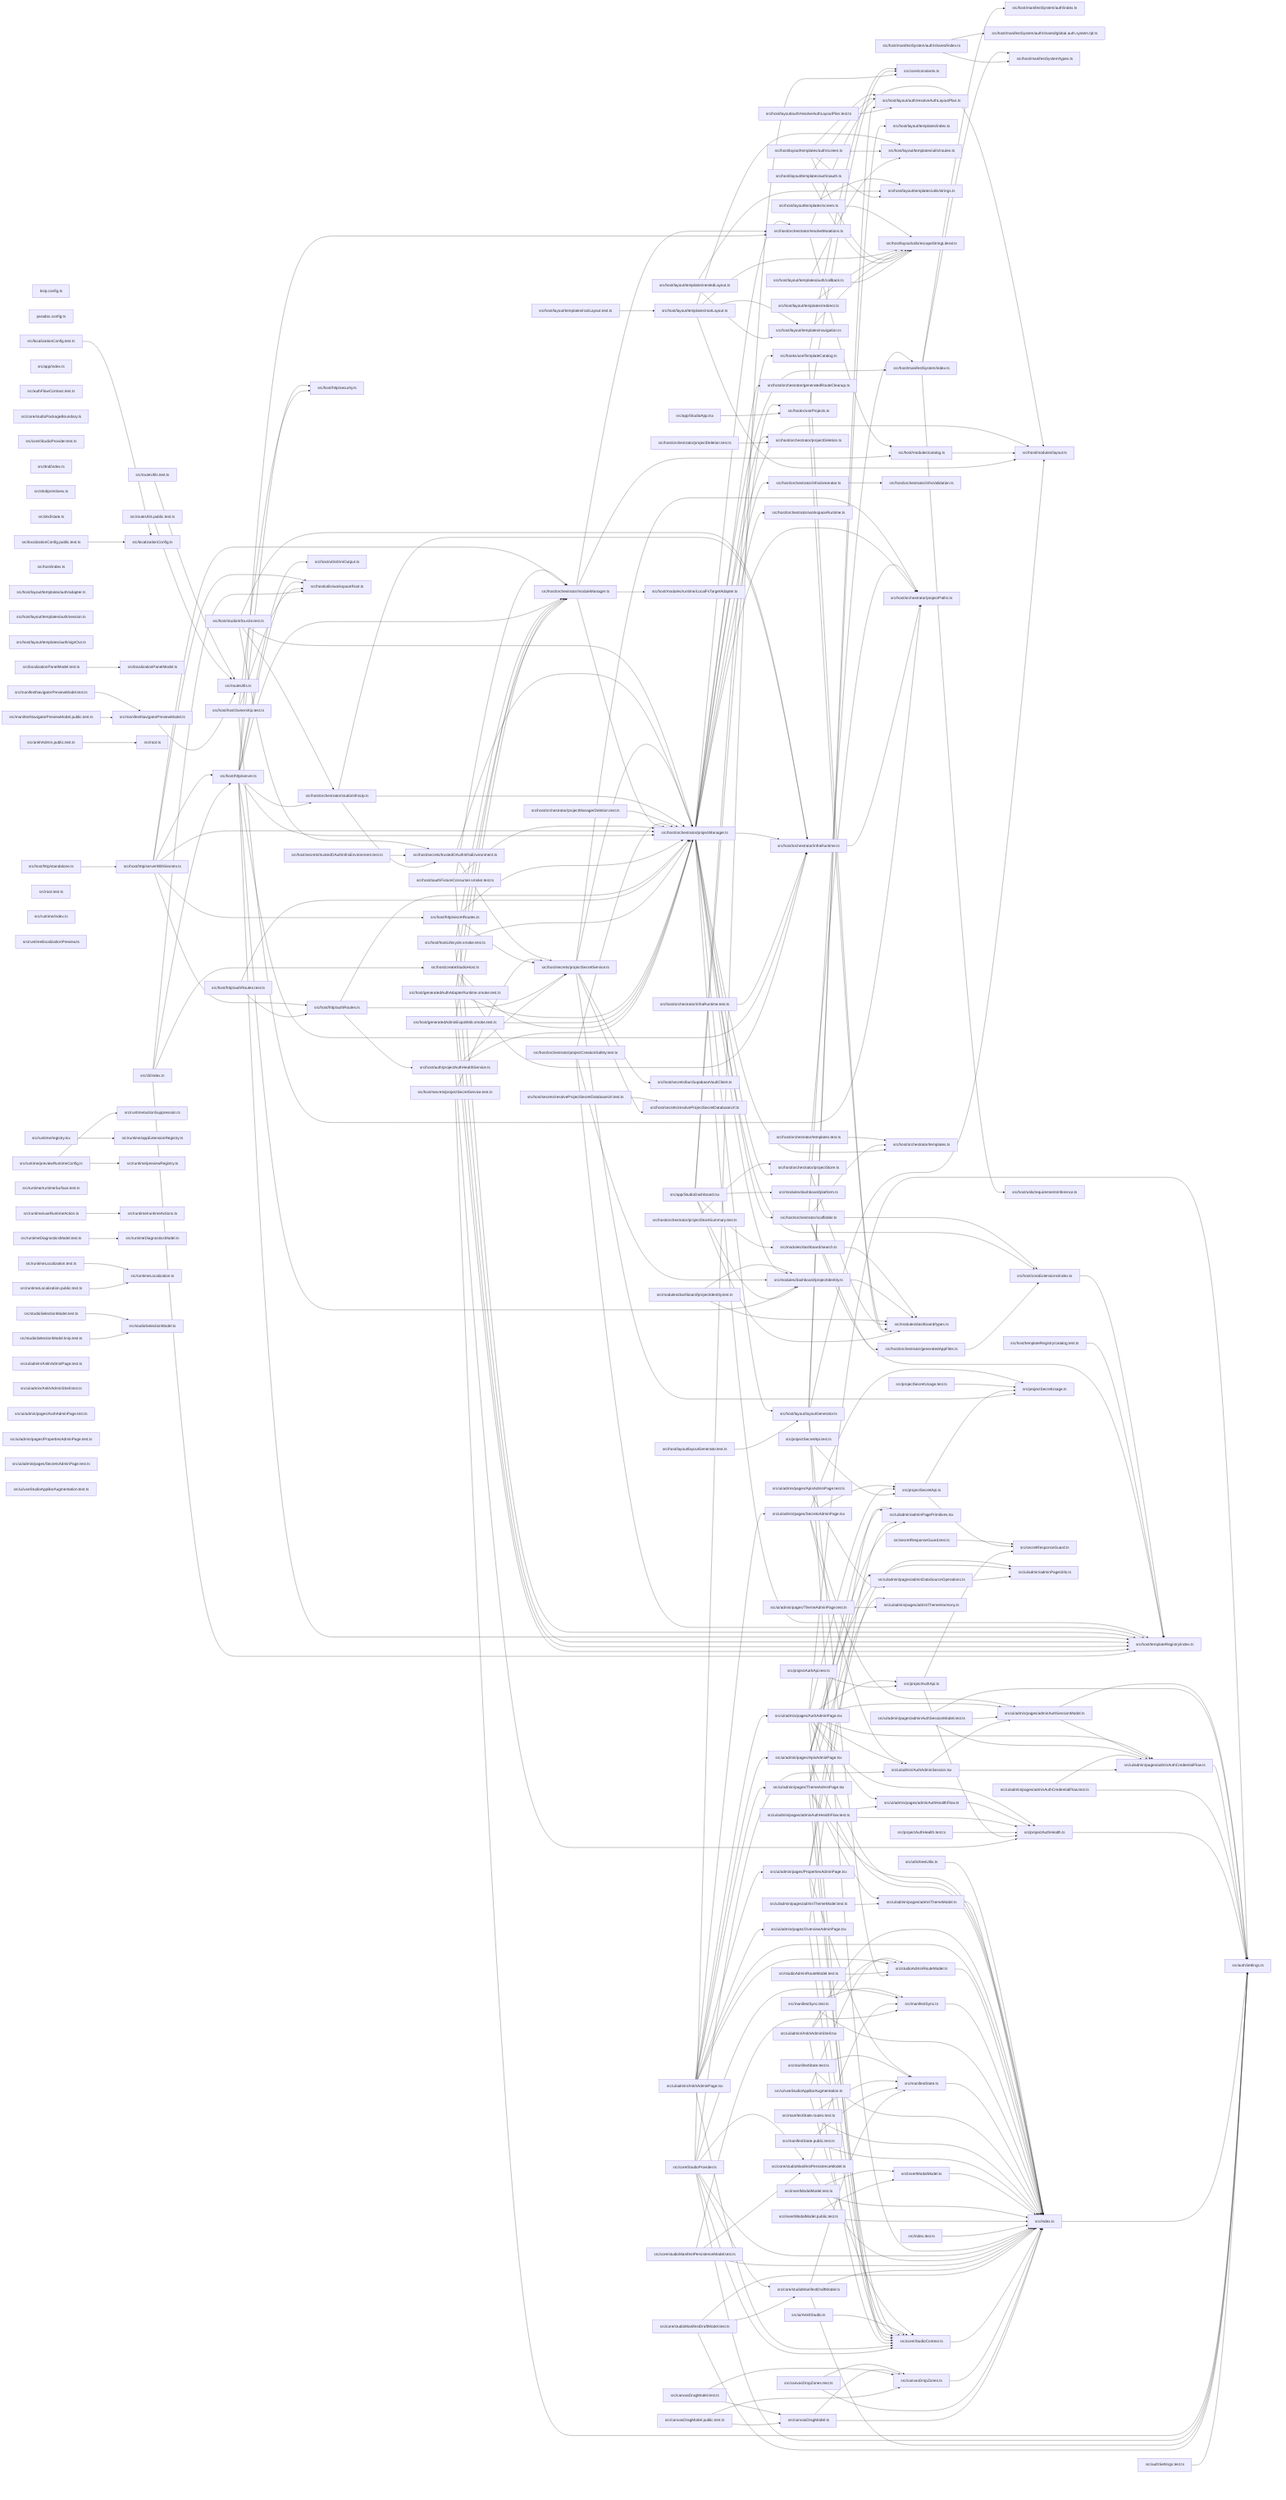
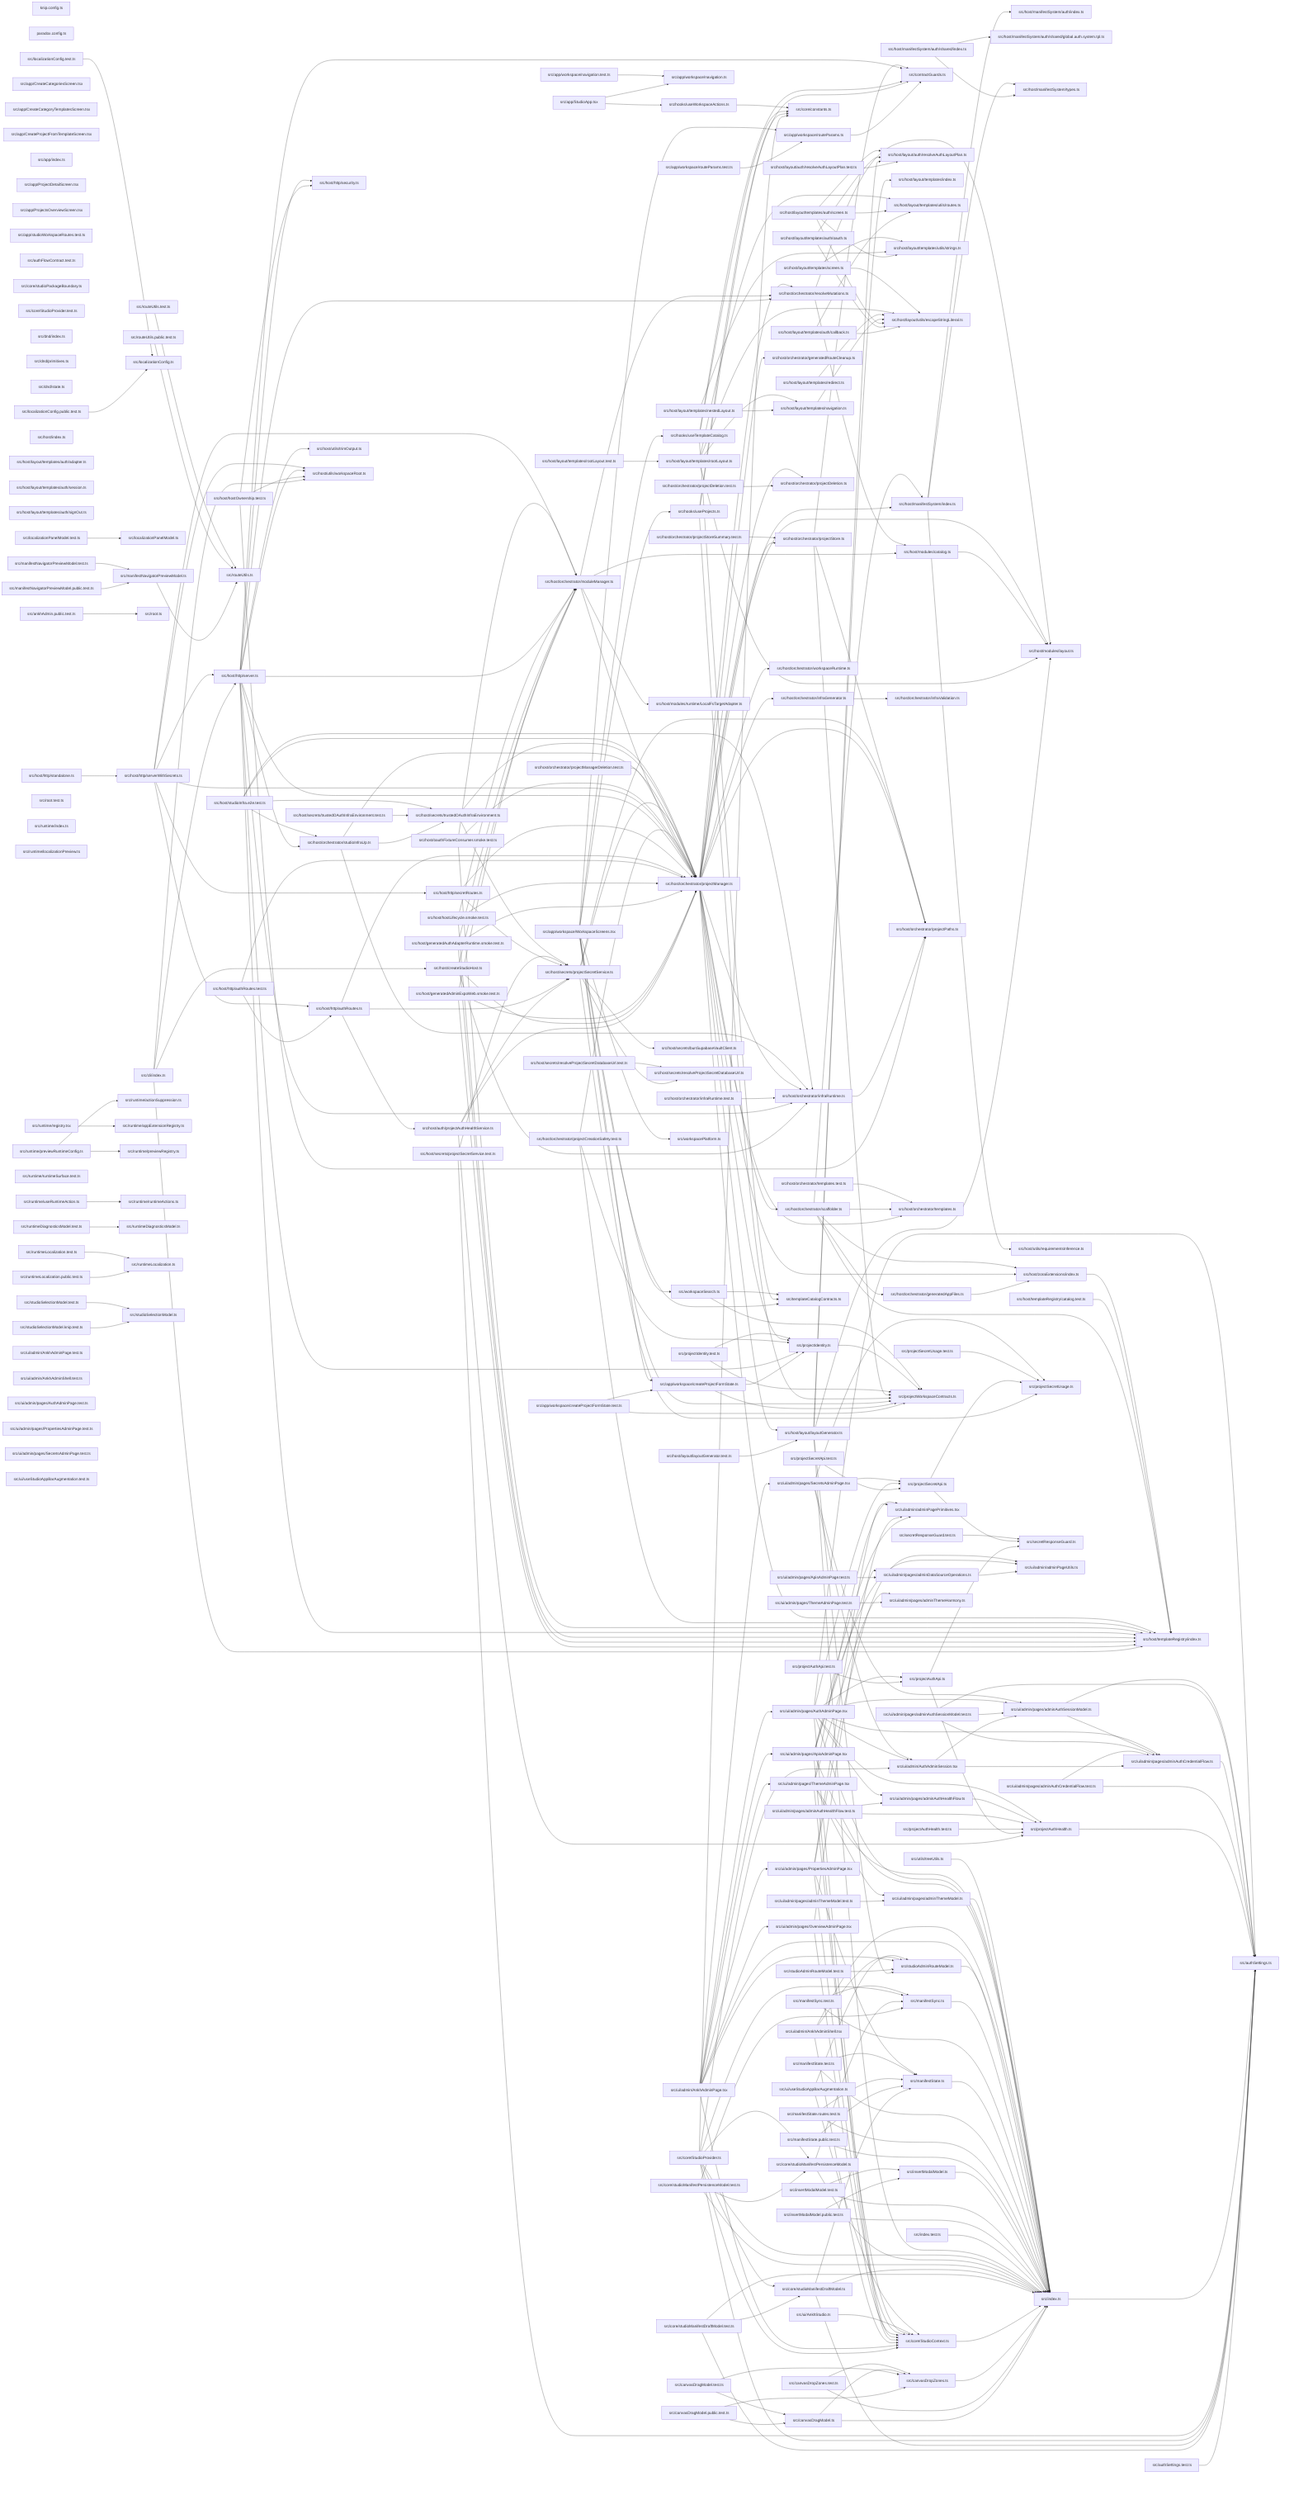
graph LR
  module_knip_config_ts["knip.config.ts"]
  module_paradox_config_ts["paradox.config.ts"]
  module_src_ankhAdmin_public_test_ts["src/ankhAdmin.public.test.ts"]
+   module_src_app_CreateCategoriesScreen_tsx["src/app/CreateCategoriesScreen.tsx"]
+   module_src_app_CreateCategoryTemplatesScreen_tsx["src/app/CreateCategoryTemplatesScreen.tsx"]
+   module_src_app_CreateProjectFromTemplateScreen_tsx["src/app/CreateProjectFromTemplateScreen.tsx"]
  module_src_app_index_ts["src/app/index.ts"]
+   module_src_app_ProjectDetailScreen_tsx["src/app/ProjectDetailScreen.tsx"]
+   module_src_app_ProjectsOverviewScreen_tsx["src/app/ProjectsOverviewScreen.tsx"]
  module_src_app_StudioApp_tsx["src/app/StudioApp.tsx"]
-   module_src_app_StudioDashboard_tsx["src/app/StudioDashboard.tsx"]
+   module_src_app_studioWorkspaceRoutes_test_ts["src/app/studioWorkspaceRoutes.test.ts"]
+   module_src_app_workspace_createProjectFormState_test_ts["src/app/workspace/createProjectFormState.test.ts"]
+   module_src_app_workspace_createProjectFormState_ts["src/app/workspace/createProjectFormState.ts"]
+   module_src_app_workspace_navigation_test_ts["src/app/workspace/navigation.test.ts"]
+   module_src_app_workspace_navigation_ts["src/app/workspace/navigation.ts"]
+   module_src_app_workspace_routeParams_test_ts["src/app/workspace/routeParams.test.ts"]
+   module_src_app_workspace_routeParams_ts["src/app/workspace/routeParams.ts"]
+   module_src_app_workspace_WorkspaceScreens_tsx["src/app/workspace/WorkspaceScreens.tsx"]
  module_src_authFlowContract_test_ts["src/authFlowContract.test.ts"]
  module_src_authSettings_test_ts["src/authSettings.test.ts"]
  module_src_authSettings_ts["src/authSettings.ts"]
  module_src_canvasDragModel_public_test_ts["src/canvasDragModel.public.test.ts"]
  module_src_canvasDragModel_test_ts["src/canvasDragModel.test.ts"]
  module_src_canvasDragModel_ts["src/canvasDragModel.ts"]
  module_src_canvasDropZones_test_ts["src/canvasDropZones.test.ts"]
  module_src_canvasDropZones_ts["src/canvasDropZones.ts"]
  module_src_cli_index_ts["src/cli/index.ts"]
+   module_src_contractGuards_ts["src/contractGuards.ts"]
  module_src_core_constants_ts["src/core/constants.ts"]
  module_src_core_StudioContext_ts["src/core/StudioContext.ts"]
  module_src_core_studioManifestDraftModel_test_ts["src/core/studioManifestDraftModel.test.ts"]
  module_src_core_studioManifestDraftModel_ts["src/core/studioManifestDraftModel.ts"]
  module_src_core_studioManifestPersistenceModel_test_ts["src/core/studioManifestPersistenceModel.test.ts"]
  module_src_core_studioManifestPersistenceModel_ts["src/core/studioManifestPersistenceModel.ts"]
  module_src_core_studioPackageBoundary_ts["src/core/studioPackageBoundary.ts"]
  module_src_core_StudioProvider_test_ts["src/core/StudioProvider.test.ts"]
  module_src_core_StudioProvider_ts["src/core/StudioProvider.ts"]
  module_src_dnd_index_ts["src/dnd/index.ts"]
  module_src_dnd_primitives_ts["src/dnd/primitives.ts"]
  module_src_dnd_state_ts["src/dnd/state.ts"]
  module_src_hooks_useProjects_ts["src/hooks/useProjects.ts"]
  module_src_hooks_useTemplateCatalog_ts["src/hooks/useTemplateCatalog.ts"]
+   module_src_hooks_useWorkspaceActions_ts["src/hooks/useWorkspaceActions.ts"]
  module_src_host_auth_projectAuthHealthService_ts["src/host/auth/projectAuthHealthService.ts"]
  module_src_host_createStudioHost_ts["src/host/createStudioHost.ts"]
  module_src_host_generatedAdminExpoWeb_smoke_test_ts["src/host/generatedAdminExpoWeb.smoke.test.ts"]
  module_src_host_generatedAuthAdapterRuntime_smoke_test_ts["src/host/generatedAuthAdapterRuntime.smoke.test.ts"]
  module_src_host_hostLifecycle_smoke_test_ts["src/host/hostLifecycle.smoke.test.ts"]
  module_src_host_hostOwnership_test_ts["src/host/hostOwnership.test.ts"]
  module_src_host_http_authRoutes_test_ts["src/host/http/authRoutes.test.ts"]
  module_src_host_http_authRoutes_ts["src/host/http/authRoutes.ts"]
  module_src_host_http_secretRoutes_ts["src/host/http/secretRoutes.ts"]
  module_src_host_http_security_ts["src/host/http/security.ts"]
  module_src_host_http_server_ts["src/host/http/server.ts"]
  module_src_host_http_serverWithSecrets_ts["src/host/http/serverWithSecrets.ts"]
  module_src_host_http_standalone_ts["src/host/http/standalone.ts"]
  module_src_host_index_ts["src/host/index.ts"]
  module_src_host_layout_auth_resolveAuthLayoutPlan_test_ts["src/host/layout/auth/resolveAuthLayoutPlan.test.ts"]
  module_src_host_layout_auth_resolveAuthLayoutPlan_ts["src/host/layout/auth/resolveAuthLayoutPlan.ts"]
  module_src_host_layout_layoutGenerator_test_ts["src/host/layout/layoutGenerator.test.ts"]
  module_src_host_layout_layoutGenerator_ts["src/host/layout/layoutGenerator.ts"]
  module_src_host_layout_templates_auth_adapter_ts["src/host/layout/templates/auth/adapter.ts"]
  module_src_host_layout_templates_auth_callback_ts["src/host/layout/templates/auth/callback.ts"]
  module_src_host_layout_templates_auth_oauth_ts["src/host/layout/templates/auth/oauth.ts"]
  module_src_host_layout_templates_auth_screen_ts["src/host/layout/templates/auth/screen.ts"]
  module_src_host_layout_templates_auth_session_ts["src/host/layout/templates/auth/session.ts"]
  module_src_host_layout_templates_auth_signOut_ts["src/host/layout/templates/auth/signOut.ts"]
  module_src_host_layout_templates_index_ts["src/host/layout/templates/index.ts"]
  module_src_host_layout_templates_navigation_ts["src/host/layout/templates/navigation.ts"]
  module_src_host_layout_templates_nestedLayout_ts["src/host/layout/templates/nestedLayout.ts"]
  module_src_host_layout_templates_redirect_ts["src/host/layout/templates/redirect.ts"]
  module_src_host_layout_templates_rootLayout_test_ts["src/host/layout/templates/rootLayout.test.ts"]
  module_src_host_layout_templates_rootLayout_ts["src/host/layout/templates/rootLayout.ts"]
  module_src_host_layout_templates_screen_ts["src/host/layout/templates/screen.ts"]
  module_src_host_layout_templates_utils_routes_ts["src/host/layout/templates/utils/routes.ts"]
  module_src_host_layout_templates_utils_strings_ts["src/host/layout/templates/utils/strings.ts"]
  module_src_host_layout_utils_escapeStringLiteral_ts["src/host/layout/utils/escapeStringLiteral.ts"]
  module_src_host_manifestSystem_auth_index_ts["src/host/manifestSystem/auth/index.ts"]
  module_src_host_manifestSystem_auth_shared_global_auth_system_tpl_ts["src/host/manifestSystem/auth/shared/global.auth.system.tpl.ts"]
  module_src_host_manifestSystem_auth_shared_index_ts["src/host/manifestSystem/auth/shared/index.ts"]
  module_src_host_manifestSystem_index_ts["src/host/manifestSystem/index.ts"]
  module_src_host_manifestSystem_types_ts["src/host/manifestSystem/types.ts"]
  module_src_host_modules_catalog_ts["src/host/modules/catalog.ts"]
  module_src_host_modules_layout_ts["src/host/modules/layout.ts"]
  module_src_host_modules_runtime_LocalFsTargetAdapter_ts["src/host/modules/runtime/LocalFsTargetAdapter.ts"]
  module_src_host_oauthFixtureConsumer_smoke_test_ts["src/host/oauthFixtureConsumer.smoke.test.ts"]
  module_src_host_orchestrator_generatedAppFiles_ts["src/host/orchestrator/generatedAppFiles.ts"]
  module_src_host_orchestrator_generatedRouteCleanup_ts["src/host/orchestrator/generatedRouteCleanup.ts"]
  module_src_host_orchestrator_infraGenerator_ts["src/host/orchestrator/infraGenerator.ts"]
  module_src_host_orchestrator_infraRuntime_test_ts["src/host/orchestrator/infraRuntime.test.ts"]
  module_src_host_orchestrator_infraRuntime_ts["src/host/orchestrator/infraRuntime.ts"]
  module_src_host_orchestrator_infraValidation_ts["src/host/orchestrator/infraValidation.ts"]
  module_src_host_orchestrator_moduleManager_ts["src/host/orchestrator/moduleManager.ts"]
  module_src_host_orchestrator_projectCreationSafety_test_ts["src/host/orchestrator/projectCreationSafety.test.ts"]
  module_src_host_orchestrator_projectDeletion_test_ts["src/host/orchestrator/projectDeletion.test.ts"]
  module_src_host_orchestrator_projectDeletion_ts["src/host/orchestrator/projectDeletion.ts"]
  module_src_host_orchestrator_projectManager_ts["src/host/orchestrator/projectManager.ts"]
  module_src_host_orchestrator_projectManagerDeletion_test_ts["src/host/orchestrator/projectManagerDeletion.test.ts"]
  module_src_host_orchestrator_projectPaths_ts["src/host/orchestrator/projectPaths.ts"]
  module_src_host_orchestrator_projectStore_ts["src/host/orchestrator/projectStore.ts"]
  module_src_host_orchestrator_projectStoreSummary_test_ts["src/host/orchestrator/projectStoreSummary.test.ts"]
  module_src_host_orchestrator_resolveMutations_ts["src/host/orchestrator/resolveMutations.ts"]
  module_src_host_orchestrator_scaffolder_ts["src/host/orchestrator/scaffolder.ts"]
  module_src_host_orchestrator_studioInfraUp_ts["src/host/orchestrator/studioInfraUp.ts"]
  module_src_host_orchestrator_templates_test_ts["src/host/orchestrator/templates.test.ts"]
  module_src_host_orchestrator_templates_ts["src/host/orchestrator/templates.ts"]
  module_src_host_orchestrator_workspaceRuntime_ts["src/host/orchestrator/workspaceRuntime.ts"]
  module_src_host_secrets_bunSupabaseVaultClient_ts["src/host/secrets/bunSupabaseVaultClient.ts"]
  module_src_host_secrets_projectSecretService_test_ts["src/host/secrets/projectSecretService.test.ts"]
  module_src_host_secrets_projectSecretService_ts["src/host/secrets/projectSecretService.ts"]
  module_src_host_secrets_resolveProjectSecretDatabaseUrl_test_ts["src/host/secrets/resolveProjectSecretDatabaseUrl.test.ts"]
  module_src_host_secrets_resolveProjectSecretDatabaseUrl_ts["src/host/secrets/resolveProjectSecretDatabaseUrl.ts"]
  module_src_host_secrets_trustedOAuthInfraEnvironment_test_ts["src/host/secrets/trustedOAuthInfraEnvironment.test.ts"]
  module_src_host_secrets_trustedOAuthInfraEnvironment_ts["src/host/secrets/trustedOAuthInfraEnvironment.ts"]
  module_src_host_studioInfra_e2e_test_ts["src/host/studioInfra.e2e.test.ts"]
  module_src_host_templateRegistry_catalog_test_ts["src/host/templateRegistry/catalog.test.ts"]
  module_src_host_templateRegistry_index_ts["src/host/templateRegistry/index.ts"]
  module_src_host_utils_requirementsInference_ts["src/host/utils/requirementsInference.ts"]
  module_src_host_utils_trimOutput_ts["src/host/utils/trimOutput.ts"]
  module_src_host_utils_workspaceRoot_ts["src/host/utils/workspaceRoot.ts"]
  module_src_host_zoraExtensions_index_ts["src/host/zoraExtensions/index.ts"]
  module_src_index_test_ts["src/index.test.ts"]
  module_src_index_ts["src/index.ts"]
  module_src_insertModalModel_public_test_ts["src/insertModalModel.public.test.ts"]
  module_src_insertModalModel_test_ts["src/insertModalModel.test.ts"]
  module_src_insertModalModel_ts["src/insertModalModel.ts"]
  module_src_localizationConfig_public_test_ts["src/localizationConfig.public.test.ts"]
  module_src_localizationConfig_test_ts["src/localizationConfig.test.ts"]
  module_src_localizationConfig_ts["src/localizationConfig.ts"]
  module_src_localizationPanelModel_test_ts["src/localizationPanelModel.test.ts"]
  module_src_localizationPanelModel_ts["src/localizationPanelModel.ts"]
  module_src_manifestNavigatorPreviewModel_public_test_ts["src/manifestNavigatorPreviewModel.public.test.ts"]
  module_src_manifestNavigatorPreviewModel_test_ts["src/manifestNavigatorPreviewModel.test.ts"]
  module_src_manifestNavigatorPreviewModel_ts["src/manifestNavigatorPreviewModel.ts"]
  module_src_manifestState_public_test_ts["src/manifestState.public.test.ts"]
  module_src_manifestState_routes_test_ts["src/manifestState.routes.test.ts"]
  module_src_manifestState_test_ts["src/manifestState.test.ts"]
  module_src_manifestState_ts["src/manifestState.ts"]
  module_src_manifestSync_test_ts["src/manifestSync.test.ts"]
  module_src_manifestSync_ts["src/manifestSync.ts"]
-   module_src_modules_dashboard_platform_ts["src/modules/dashboard/platform.ts"]
-   module_src_modules_dashboard_projectIdentity_test_ts["src/modules/dashboard/projectIdentity.test.ts"]
-   module_src_modules_dashboard_projectIdentity_ts["src/modules/dashboard/projectIdentity.ts"]
-   module_src_modules_dashboard_search_ts["src/modules/dashboard/search.ts"]
-   module_src_modules_dashboard_types_ts["src/modules/dashboard/types.ts"]
  module_src_projectAuthApi_test_ts["src/projectAuthApi.test.ts"]
  module_src_projectAuthApi_ts["src/projectAuthApi.ts"]
  module_src_projectAuthHealth_test_ts["src/projectAuthHealth.test.ts"]
  module_src_projectAuthHealth_ts["src/projectAuthHealth.ts"]
+   module_src_projectIdentity_test_ts["src/projectIdentity.test.ts"]
+   module_src_projectIdentity_ts["src/projectIdentity.ts"]
  module_src_projectSecretApi_test_ts["src/projectSecretApi.test.ts"]
  module_src_projectSecretApi_ts["src/projectSecretApi.ts"]
  module_src_projectSecretUsage_test_ts["src/projectSecretUsage.test.ts"]
  module_src_projectSecretUsage_ts["src/projectSecretUsage.ts"]
+   module_src_projectWorkspaceContracts_ts["src/projectWorkspaceContracts.ts"]
  module_src_root_test_ts["src/root.test.ts"]
  module_src_root_ts["src/root.ts"]
  module_src_routeUtils_public_test_ts["src/routeUtils.public.test.ts"]
  module_src_routeUtils_test_ts["src/routeUtils.test.ts"]
  module_src_routeUtils_ts["src/routeUtils.ts"]
  module_src_runtime_actionSuppression_ts["src/runtime/actionSuppression.ts"]
  module_src_runtime_appExtensionRegistry_ts["src/runtime/appExtensionRegistry.ts"]
  module_src_runtime_index_ts["src/runtime/index.ts"]
  module_src_runtime_localizationPreview_ts["src/runtime/localizationPreview.ts"]
  module_src_runtime_previewRegistry_ts["src/runtime/previewRegistry.ts"]
  module_src_runtime_previewRuntimeConfig_ts["src/runtime/previewRuntimeConfig.ts"]
  module_src_runtime_registry_tsx["src/runtime/registry.tsx"]
  module_src_runtime_runtimeActions_ts["src/runtime/runtimeActions.ts"]
  module_src_runtime_runtimeSurface_test_ts["src/runtime/runtimeSurface.test.ts"]
  module_src_runtime_useRuntimeAction_ts["src/runtime/useRuntimeAction.ts"]
  module_src_runtimeDiagnosticsModel_test_ts["src/runtimeDiagnosticsModel.test.ts"]
  module_src_runtimeDiagnosticsModel_ts["src/runtimeDiagnosticsModel.ts"]
  module_src_runtimeLocalization_public_test_ts["src/runtimeLocalization.public.test.ts"]
  module_src_runtimeLocalization_test_ts["src/runtimeLocalization.test.ts"]
  module_src_runtimeLocalization_ts["src/runtimeLocalization.ts"]
  module_src_secretResponseGuard_test_ts["src/secretResponseGuard.test.ts"]
  module_src_secretResponseGuard_ts["src/secretResponseGuard.ts"]
  module_src_studioAdminRouteModel_test_ts["src/studioAdminRouteModel.test.ts"]
  module_src_studioAdminRouteModel_ts["src/studioAdminRouteModel.ts"]
  module_src_studioSelectionModel_knip_test_ts["src/studioSelectionModel.knip.test.ts"]
  module_src_studioSelectionModel_test_ts["src/studioSelectionModel.test.ts"]
  module_src_studioSelectionModel_ts["src/studioSelectionModel.ts"]
+   module_src_templateCatalogContracts_ts["src/templateCatalogContracts.ts"]
  module_src_ui_admin_adminPagePrimitives_tsx["src/ui/admin/adminPagePrimitives.tsx"]
  module_src_ui_admin_adminPageUtils_ts["src/ui/admin/adminPageUtils.ts"]
  module_src_ui_admin_AnkhAdminPage_test_ts["src/ui/admin/AnkhAdminPage.test.ts"]
  module_src_ui_admin_AnkhAdminPage_tsx["src/ui/admin/AnkhAdminPage.tsx"]
  module_src_ui_admin_AnkhAdminShell_test_ts["src/ui/admin/AnkhAdminShell.test.ts"]
  module_src_ui_admin_AnkhAdminShell_tsx["src/ui/admin/AnkhAdminShell.tsx"]
  module_src_ui_admin_AuthAdminSession_tsx["src/ui/admin/AuthAdminSession.tsx"]
  module_src_ui_admin_pages_adminAuthCredentialFlow_test_ts["src/ui/admin/pages/adminAuthCredentialFlow.test.ts"]
  module_src_ui_admin_pages_adminAuthCredentialFlow_ts["src/ui/admin/pages/adminAuthCredentialFlow.ts"]
  module_src_ui_admin_pages_adminAuthHealthFlow_test_ts["src/ui/admin/pages/adminAuthHealthFlow.test.ts"]
  module_src_ui_admin_pages_adminAuthHealthFlow_ts["src/ui/admin/pages/adminAuthHealthFlow.ts"]
  module_src_ui_admin_pages_adminAuthSessionModel_test_ts["src/ui/admin/pages/adminAuthSessionModel.test.ts"]
  module_src_ui_admin_pages_adminAuthSessionModel_ts["src/ui/admin/pages/adminAuthSessionModel.ts"]
  module_src_ui_admin_pages_adminDataSourceOperations_ts["src/ui/admin/pages/adminDataSourceOperations.ts"]
  module_src_ui_admin_pages_adminThemeHarmony_ts["src/ui/admin/pages/adminThemeHarmony.ts"]
  module_src_ui_admin_pages_adminThemeModel_test_ts["src/ui/admin/pages/adminThemeModel.test.ts"]
  module_src_ui_admin_pages_adminThemeModel_ts["src/ui/admin/pages/adminThemeModel.ts"]
  module_src_ui_admin_pages_ApisAdminPage_test_ts["src/ui/admin/pages/ApisAdminPage.test.ts"]
  module_src_ui_admin_pages_ApisAdminPage_tsx["src/ui/admin/pages/ApisAdminPage.tsx"]
  module_src_ui_admin_pages_AuthAdminPage_test_ts["src/ui/admin/pages/AuthAdminPage.test.ts"]
  module_src_ui_admin_pages_AuthAdminPage_tsx["src/ui/admin/pages/AuthAdminPage.tsx"]
  module_src_ui_admin_pages_OverviewAdminPage_tsx["src/ui/admin/pages/OverviewAdminPage.tsx"]
  module_src_ui_admin_pages_PropertiesAdminPage_test_ts["src/ui/admin/pages/PropertiesAdminPage.test.ts"]
  module_src_ui_admin_pages_PropertiesAdminPage_tsx["src/ui/admin/pages/PropertiesAdminPage.tsx"]
  module_src_ui_admin_pages_SecretsAdminPage_test_ts["src/ui/admin/pages/SecretsAdminPage.test.ts"]
  module_src_ui_admin_pages_SecretsAdminPage_tsx["src/ui/admin/pages/SecretsAdminPage.tsx"]
  module_src_ui_admin_pages_ThemeAdminPage_test_ts["src/ui/admin/pages/ThemeAdminPage.test.ts"]
  module_src_ui_admin_pages_ThemeAdminPage_tsx["src/ui/admin/pages/ThemeAdminPage.tsx"]
  module_src_ui_AnkhStudio_ts["src/ui/AnkhStudio.ts"]
  module_src_ui_useStudioAppBarAugmentation_test_ts["src/ui/useStudioAppBarAugmentation.test.ts"]
  module_src_ui_useStudioAppBarAugmentation_ts["src/ui/useStudioAppBarAugmentation.ts"]
  module_src_utils_treeUtils_ts["src/utils/treeUtils.ts"]
+   module_src_workspacePlatform_ts["src/workspacePlatform.ts"]
+   module_src_workspaceSearch_ts["src/workspaceSearch.ts"]
  module_src_ankhAdmin_public_test_ts --> module_src_root_ts
-   module_src_app_StudioApp_tsx --> module_src_hooks_useProjects_ts
-   module_src_app_StudioDashboard_tsx --> module_src_hooks_useProjects_ts
-   module_src_app_StudioDashboard_tsx --> module_src_hooks_useTemplateCatalog_ts
-   module_src_app_StudioDashboard_tsx --> module_src_modules_dashboard_platform_ts
-   module_src_app_StudioDashboard_tsx --> module_src_modules_dashboard_projectIdentity_ts
-   module_src_app_StudioDashboard_tsx --> module_src_modules_dashboard_search_ts
-   module_src_app_StudioDashboard_tsx --> module_src_modules_dashboard_types_ts
+   module_src_app_StudioApp_tsx --> module_src_app_workspace_navigation_ts
+   module_src_app_StudioApp_tsx --> module_src_hooks_useWorkspaceActions_ts
+   module_src_app_workspace_createProjectFormState_test_ts --> module_src_app_workspace_createProjectFormState_ts
+   module_src_app_workspace_createProjectFormState_test_ts --> module_src_projectWorkspaceContracts_ts
+   module_src_app_workspace_createProjectFormState_ts --> module_src_projectIdentity_ts
+   module_src_app_workspace_createProjectFormState_ts --> module_src_projectWorkspaceContracts_ts
+   module_src_app_workspace_navigation_test_ts --> module_src_app_workspace_navigation_ts
+   module_src_app_workspace_routeParams_test_ts --> module_src_app_workspace_routeParams_ts
+   module_src_app_workspace_routeParams_ts --> module_src_contractGuards_ts
+   module_src_app_workspace_WorkspaceScreens_tsx --> module_src_app_workspace_createProjectFormState_ts
+   module_src_app_workspace_WorkspaceScreens_tsx --> module_src_app_workspace_routeParams_ts
+   module_src_app_workspace_WorkspaceScreens_tsx --> module_src_hooks_useProjects_ts
+   module_src_app_workspace_WorkspaceScreens_tsx --> module_src_hooks_useTemplateCatalog_ts
+   module_src_app_workspace_WorkspaceScreens_tsx --> module_src_projectWorkspaceContracts_ts
+   module_src_app_workspace_WorkspaceScreens_tsx --> module_src_templateCatalogContracts_ts
+   module_src_app_workspace_WorkspaceScreens_tsx --> module_src_workspacePlatform_ts
+   module_src_app_workspace_WorkspaceScreens_tsx --> module_src_workspaceSearch_ts
  module_src_authSettings_test_ts --> module_src_authSettings_ts
  module_src_canvasDragModel_public_test_ts --> module_src_canvasDragModel_ts
  module_src_canvasDragModel_public_test_ts --> module_src_canvasDropZones_ts
  module_src_canvasDragModel_test_ts --> module_src_canvasDragModel_ts
  module_src_canvasDragModel_test_ts --> module_src_canvasDropZones_ts
  module_src_canvasDragModel_ts --> module_src_canvasDropZones_ts
  module_src_canvasDragModel_ts --> module_src_index_ts
  module_src_canvasDropZones_test_ts --> module_src_canvasDropZones_ts
  module_src_canvasDropZones_test_ts --> module_src_index_ts
  module_src_canvasDropZones_ts --> module_src_index_ts
  module_src_cli_index_ts --> module_src_host_createStudioHost_ts
  module_src_cli_index_ts --> module_src_host_http_server_ts
  module_src_cli_index_ts --> module_src_host_templateRegistry_index_ts
  module_src_cli_index_ts --> module_src_host_utils_workspaceRoot_ts
  module_src_core_StudioContext_ts --> module_src_index_ts
  module_src_core_studioManifestDraftModel_test_ts --> module_src_authSettings_ts
  module_src_core_studioManifestDraftModel_test_ts --> module_src_core_studioManifestDraftModel_ts
  module_src_core_studioManifestDraftModel_test_ts --> module_src_index_ts
  module_src_core_studioManifestDraftModel_ts --> module_src_authSettings_ts
  module_src_core_studioManifestDraftModel_ts --> module_src_index_ts
  module_src_core_studioManifestDraftModel_ts --> module_src_manifestState_ts
  module_src_core_studioManifestPersistenceModel_test_ts --> module_src_core_studioManifestPersistenceModel_ts
  module_src_core_studioManifestPersistenceModel_test_ts --> module_src_index_ts
  module_src_core_studioManifestPersistenceModel_test_ts --> module_src_manifestSync_ts
  module_src_core_studioManifestPersistenceModel_ts --> module_src_index_ts
  module_src_core_studioManifestPersistenceModel_ts --> module_src_manifestSync_ts
  module_src_core_StudioProvider_ts --> module_src_authSettings_ts
  module_src_core_StudioProvider_ts --> module_src_core_constants_ts
  module_src_core_StudioProvider_ts --> module_src_core_StudioContext_ts
  module_src_core_StudioProvider_ts --> module_src_core_studioManifestDraftModel_ts
  module_src_core_StudioProvider_ts --> module_src_core_studioManifestPersistenceModel_ts
  module_src_core_StudioProvider_ts --> module_src_index_ts
  module_src_core_StudioProvider_ts --> module_src_manifestSync_ts
  module_src_core_StudioProvider_ts --> module_src_ui_admin_AuthAdminSession_tsx
+   module_src_hooks_useProjects_ts --> module_src_contractGuards_ts
  module_src_hooks_useProjects_ts --> module_src_core_constants_ts
-   module_src_hooks_useProjects_ts --> module_src_modules_dashboard_types_ts
+   module_src_hooks_useProjects_ts --> module_src_projectWorkspaceContracts_ts
+   module_src_hooks_useTemplateCatalog_ts --> module_src_contractGuards_ts
  module_src_hooks_useTemplateCatalog_ts --> module_src_core_constants_ts
-   module_src_hooks_useTemplateCatalog_ts --> module_src_modules_dashboard_types_ts
+   module_src_hooks_useTemplateCatalog_ts --> module_src_templateCatalogContracts_ts
+   module_src_hooks_useWorkspaceActions_ts --> module_src_core_constants_ts
  module_src_host_auth_projectAuthHealthService_ts --> module_src_host_orchestrator_projectManager_ts
  module_src_host_auth_projectAuthHealthService_ts --> module_src_host_secrets_projectSecretService_ts
  module_src_host_auth_projectAuthHealthService_ts --> module_src_projectAuthHealth_ts
  module_src_host_createStudioHost_ts --> module_src_host_orchestrator_infraRuntime_ts
  module_src_host_createStudioHost_ts --> module_src_host_orchestrator_moduleManager_ts
  module_src_host_createStudioHost_ts --> module_src_host_orchestrator_projectManager_ts
  module_src_host_generatedAdminExpoWeb_smoke_test_ts --> module_src_host_orchestrator_moduleManager_ts
  module_src_host_generatedAdminExpoWeb_smoke_test_ts --> module_src_host_orchestrator_projectManager_ts
  module_src_host_generatedAdminExpoWeb_smoke_test_ts --> module_src_host_templateRegistry_index_ts
  module_src_host_generatedAuthAdapterRuntime_smoke_test_ts --> module_src_host_orchestrator_moduleManager_ts
  module_src_host_generatedAuthAdapterRuntime_smoke_test_ts --> module_src_host_orchestrator_projectManager_ts
  module_src_host_generatedAuthAdapterRuntime_smoke_test_ts --> module_src_host_templateRegistry_index_ts
  module_src_host_hostLifecycle_smoke_test_ts --> module_src_host_orchestrator_moduleManager_ts
  module_src_host_hostLifecycle_smoke_test_ts --> module_src_host_orchestrator_projectManager_ts
  module_src_host_hostLifecycle_smoke_test_ts --> module_src_host_templateRegistry_index_ts
  module_src_host_hostOwnership_test_ts --> module_src_host_http_security_ts
  module_src_host_hostOwnership_test_ts --> module_src_host_orchestrator_projectPaths_ts
  module_src_host_hostOwnership_test_ts --> module_src_host_utils_workspaceRoot_ts
  module_src_host_http_authRoutes_test_ts --> module_src_host_http_authRoutes_ts
  module_src_host_http_authRoutes_test_ts --> module_src_host_orchestrator_projectManager_ts
  module_src_host_http_authRoutes_ts --> module_src_host_auth_projectAuthHealthService_ts
  module_src_host_http_authRoutes_ts --> module_src_host_orchestrator_projectManager_ts
  module_src_host_http_authRoutes_ts --> module_src_host_secrets_projectSecretService_ts
  module_src_host_http_secretRoutes_ts --> module_src_host_orchestrator_projectManager_ts
  module_src_host_http_secretRoutes_ts --> module_src_host_secrets_projectSecretService_ts
+   module_src_host_http_server_ts --> module_src_contractGuards_ts
  module_src_host_http_server_ts --> module_src_host_http_security_ts
  module_src_host_http_server_ts --> module_src_host_orchestrator_infraRuntime_ts
  module_src_host_http_server_ts --> module_src_host_orchestrator_moduleManager_ts
  module_src_host_http_server_ts --> module_src_host_orchestrator_projectManager_ts
  module_src_host_http_server_ts --> module_src_host_orchestrator_resolveMutations_ts
  module_src_host_http_server_ts --> module_src_host_orchestrator_studioInfraUp_ts
  module_src_host_http_server_ts --> module_src_host_templateRegistry_index_ts
  module_src_host_http_server_ts --> module_src_host_utils_trimOutput_ts
  module_src_host_http_server_ts --> module_src_host_utils_workspaceRoot_ts
-   module_src_host_http_server_ts --> module_src_modules_dashboard_projectIdentity_ts
+   module_src_host_http_server_ts --> module_src_projectIdentity_ts
  module_src_host_http_serverWithSecrets_ts --> module_src_host_http_authRoutes_ts
  module_src_host_http_serverWithSecrets_ts --> module_src_host_http_secretRoutes_ts
  module_src_host_http_serverWithSecrets_ts --> module_src_host_http_server_ts
  module_src_host_http_serverWithSecrets_ts --> module_src_host_orchestrator_moduleManager_ts
  module_src_host_http_serverWithSecrets_ts --> module_src_host_orchestrator_projectManager_ts
  module_src_host_http_serverWithSecrets_ts --> module_src_host_utils_workspaceRoot_ts
  module_src_host_http_standalone_ts --> module_src_host_http_serverWithSecrets_ts
  module_src_host_layout_auth_resolveAuthLayoutPlan_test_ts --> module_src_host_layout_auth_resolveAuthLayoutPlan_ts
  module_src_host_layout_layoutGenerator_test_ts --> module_src_host_layout_layoutGenerator_ts
  module_src_host_layout_layoutGenerator_ts --> module_src_host_layout_auth_resolveAuthLayoutPlan_ts
  module_src_host_layout_layoutGenerator_ts --> module_src_host_layout_templates_index_ts
  module_src_host_layout_layoutGenerator_ts --> module_src_host_modules_layout_ts
  module_src_host_layout_layoutGenerator_ts --> module_src_index_ts
  module_src_host_layout_layoutGenerator_ts --> module_src_studioAdminRouteModel_ts
  module_src_host_layout_templates_auth_callback_ts --> module_src_host_layout_templates_utils_routes_ts
  module_src_host_layout_templates_auth_callback_ts --> module_src_host_layout_utils_escapeStringLiteral_ts
  module_src_host_layout_templates_auth_oauth_ts --> module_src_host_layout_auth_resolveAuthLayoutPlan_ts
  module_src_host_layout_templates_auth_oauth_ts --> module_src_host_layout_utils_escapeStringLiteral_ts
  module_src_host_layout_templates_auth_screen_ts --> module_src_host_layout_auth_resolveAuthLayoutPlan_ts
  module_src_host_layout_templates_auth_screen_ts --> module_src_host_layout_templates_utils_routes_ts
  module_src_host_layout_templates_auth_screen_ts --> module_src_host_layout_templates_utils_strings_ts
  module_src_host_layout_templates_auth_screen_ts --> module_src_host_layout_utils_escapeStringLiteral_ts
  module_src_host_layout_templates_navigation_ts --> module_src_host_layout_utils_escapeStringLiteral_ts
  module_src_host_layout_templates_nestedLayout_ts --> module_src_host_layout_templates_navigation_ts
  module_src_host_layout_templates_nestedLayout_ts --> module_src_host_layout_templates_utils_strings_ts
  module_src_host_layout_templates_redirect_ts --> module_src_host_layout_utils_escapeStringLiteral_ts
  module_src_host_layout_templates_rootLayout_test_ts --> module_src_host_layout_templates_rootLayout_ts
  module_src_host_layout_templates_rootLayout_ts --> module_src_host_layout_templates_navigation_ts
  module_src_host_layout_templates_rootLayout_ts --> module_src_host_layout_templates_utils_routes_ts
  module_src_host_layout_templates_rootLayout_ts --> module_src_host_layout_utils_escapeStringLiteral_ts
  module_src_host_layout_templates_rootLayout_ts --> module_src_host_modules_layout_ts
  module_src_host_layout_templates_screen_ts --> module_src_host_layout_templates_utils_strings_ts
  module_src_host_layout_templates_screen_ts --> module_src_host_layout_utils_escapeStringLiteral_ts
  module_src_host_manifestSystem_auth_shared_index_ts --> module_src_host_manifestSystem_auth_shared_global_auth_system_tpl_ts
  module_src_host_manifestSystem_auth_shared_index_ts --> module_src_host_manifestSystem_types_ts
  module_src_host_manifestSystem_index_ts --> module_src_host_manifestSystem_auth_index_ts
  module_src_host_manifestSystem_index_ts --> module_src_host_manifestSystem_types_ts
  module_src_host_manifestSystem_index_ts --> module_src_host_utils_requirementsInference_ts
  module_src_host_modules_catalog_ts --> module_src_host_modules_layout_ts
  module_src_host_oauthFixtureConsumer_smoke_test_ts --> module_src_host_orchestrator_moduleManager_ts
  module_src_host_oauthFixtureConsumer_smoke_test_ts --> module_src_host_orchestrator_projectManager_ts
  module_src_host_oauthFixtureConsumer_smoke_test_ts --> module_src_host_templateRegistry_index_ts
  module_src_host_orchestrator_generatedAppFiles_ts --> module_src_host_zoraExtensions_index_ts
  module_src_host_orchestrator_infraGenerator_ts --> module_src_host_orchestrator_infraValidation_ts
  module_src_host_orchestrator_infraRuntime_test_ts --> module_src_host_orchestrator_infraRuntime_ts
  module_src_host_orchestrator_infraRuntime_ts --> module_src_host_orchestrator_projectPaths_ts
  module_src_host_orchestrator_moduleManager_ts --> module_src_host_modules_catalog_ts
  module_src_host_orchestrator_moduleManager_ts --> module_src_host_modules_runtime_LocalFsTargetAdapter_ts
  module_src_host_orchestrator_moduleManager_ts --> module_src_host_orchestrator_projectManager_ts
  module_src_host_orchestrator_moduleManager_ts --> module_src_host_orchestrator_resolveMutations_ts
  module_src_host_orchestrator_projectCreationSafety_test_ts --> module_src_host_orchestrator_projectManager_ts
  module_src_host_orchestrator_projectCreationSafety_test_ts --> module_src_host_templateRegistry_index_ts
-   module_src_host_orchestrator_projectCreationSafety_test_ts --> module_src_modules_dashboard_projectIdentity_ts
+   module_src_host_orchestrator_projectCreationSafety_test_ts --> module_src_projectIdentity_ts
  module_src_host_orchestrator_projectDeletion_test_ts --> module_src_host_orchestrator_projectDeletion_ts
  module_src_host_orchestrator_projectManager_ts --> module_src_host_layout_layoutGenerator_ts
  module_src_host_orchestrator_projectManager_ts --> module_src_host_manifestSystem_index_ts
  module_src_host_orchestrator_projectManager_ts --> module_src_host_modules_layout_ts
  module_src_host_orchestrator_projectManager_ts --> module_src_host_orchestrator_generatedRouteCleanup_ts
  module_src_host_orchestrator_projectManager_ts --> module_src_host_orchestrator_infraGenerator_ts
  module_src_host_orchestrator_projectManager_ts --> module_src_host_orchestrator_infraRuntime_ts
  module_src_host_orchestrator_projectManager_ts --> module_src_host_orchestrator_projectDeletion_ts
  module_src_host_orchestrator_projectManager_ts --> module_src_host_orchestrator_projectPaths_ts
  module_src_host_orchestrator_projectManager_ts --> module_src_host_orchestrator_projectStore_ts
  module_src_host_orchestrator_projectManager_ts --> module_src_host_orchestrator_resolveMutations_ts
  module_src_host_orchestrator_projectManager_ts --> module_src_host_orchestrator_scaffolder_ts
  module_src_host_orchestrator_projectManager_ts --> module_src_host_orchestrator_templates_ts
  module_src_host_orchestrator_projectManager_ts --> module_src_host_orchestrator_workspaceRuntime_ts
  module_src_host_orchestrator_projectManager_ts --> module_src_host_templateRegistry_index_ts
  module_src_host_orchestrator_projectManager_ts --> module_src_host_zoraExtensions_index_ts
-   module_src_host_orchestrator_projectManager_ts --> module_src_modules_dashboard_projectIdentity_ts
+   module_src_host_orchestrator_projectManager_ts --> module_src_projectIdentity_ts
  module_src_host_orchestrator_projectManagerDeletion_test_ts --> module_src_host_orchestrator_projectManager_ts
+   module_src_host_orchestrator_projectStore_ts --> module_src_contractGuards_ts
  module_src_host_orchestrator_projectStore_ts --> module_src_host_orchestrator_projectPaths_ts
-   module_src_host_orchestrator_projectStore_ts --> module_src_modules_dashboard_types_ts
+   module_src_host_orchestrator_projectStore_ts --> module_src_projectWorkspaceContracts_ts
  module_src_host_orchestrator_projectStoreSummary_test_ts --> module_src_host_orchestrator_projectStore_ts
  module_src_host_orchestrator_resolveMutations_ts --> module_src_host_modules_catalog_ts
  module_src_host_orchestrator_resolveMutations_ts --> module_src_host_modules_layout_ts
  module_src_host_orchestrator_scaffolder_ts --> module_src_host_manifestSystem_index_ts
  module_src_host_orchestrator_scaffolder_ts --> module_src_host_orchestrator_generatedAppFiles_ts
  module_src_host_orchestrator_scaffolder_ts --> module_src_host_orchestrator_templates_ts
  module_src_host_orchestrator_scaffolder_ts --> module_src_host_templateRegistry_index_ts
  module_src_host_orchestrator_scaffolder_ts --> module_src_host_zoraExtensions_index_ts
  module_src_host_orchestrator_studioInfraUp_ts --> module_src_host_orchestrator_infraRuntime_ts
  module_src_host_orchestrator_studioInfraUp_ts --> module_src_host_orchestrator_projectManager_ts
  module_src_host_orchestrator_studioInfraUp_ts --> module_src_host_secrets_trustedOAuthInfraEnvironment_ts
  module_src_host_orchestrator_templates_test_ts --> module_src_host_orchestrator_templates_ts
  module_src_host_secrets_projectSecretService_test_ts --> module_src_authSettings_ts
  module_src_host_secrets_projectSecretService_test_ts --> module_src_host_secrets_projectSecretService_ts
  module_src_host_secrets_projectSecretService_ts --> module_src_host_orchestrator_projectManager_ts
  module_src_host_secrets_projectSecretService_ts --> module_src_host_orchestrator_projectPaths_ts
  module_src_host_secrets_projectSecretService_ts --> module_src_host_secrets_bunSupabaseVaultClient_ts
  module_src_host_secrets_projectSecretService_ts --> module_src_host_secrets_resolveProjectSecretDatabaseUrl_ts
  module_src_host_secrets_projectSecretService_ts --> module_src_projectSecretUsage_ts
  module_src_host_secrets_resolveProjectSecretDatabaseUrl_test_ts --> module_src_host_secrets_resolveProjectSecretDatabaseUrl_ts
  module_src_host_secrets_trustedOAuthInfraEnvironment_test_ts --> module_src_host_secrets_trustedOAuthInfraEnvironment_ts
  module_src_host_secrets_trustedOAuthInfraEnvironment_ts --> module_src_host_orchestrator_projectManager_ts
  module_src_host_secrets_trustedOAuthInfraEnvironment_ts --> module_src_host_secrets_projectSecretService_ts
  module_src_host_studioInfra_e2e_test_ts --> module_src_host_orchestrator_infraRuntime_ts
  module_src_host_studioInfra_e2e_test_ts --> module_src_host_orchestrator_projectManager_ts
  module_src_host_studioInfra_e2e_test_ts --> module_src_host_orchestrator_studioInfraUp_ts
  module_src_host_studioInfra_e2e_test_ts --> module_src_host_secrets_trustedOAuthInfraEnvironment_ts
  module_src_host_templateRegistry_catalog_test_ts --> module_src_host_templateRegistry_index_ts
  module_src_host_zoraExtensions_index_ts --> module_src_host_templateRegistry_index_ts
  module_src_index_test_ts --> module_src_index_ts
  module_src_index_ts --> module_src_authSettings_ts
  module_src_insertModalModel_public_test_ts --> module_src_index_ts
  module_src_insertModalModel_public_test_ts --> module_src_insertModalModel_ts
  module_src_insertModalModel_test_ts --> module_src_index_ts
  module_src_insertModalModel_test_ts --> module_src_insertModalModel_ts
  module_src_insertModalModel_ts --> module_src_index_ts
  module_src_localizationConfig_public_test_ts --> module_src_localizationConfig_ts
  module_src_localizationConfig_test_ts --> module_src_localizationConfig_ts
  module_src_localizationPanelModel_test_ts --> module_src_localizationPanelModel_ts
  module_src_manifestNavigatorPreviewModel_public_test_ts --> module_src_manifestNavigatorPreviewModel_ts
  module_src_manifestNavigatorPreviewModel_test_ts --> module_src_manifestNavigatorPreviewModel_ts
  module_src_manifestNavigatorPreviewModel_ts --> module_src_routeUtils_ts
  module_src_manifestState_public_test_ts --> module_src_index_ts
  module_src_manifestState_public_test_ts --> module_src_manifestState_ts
  module_src_manifestState_routes_test_ts --> module_src_index_ts
  module_src_manifestState_routes_test_ts --> module_src_manifestState_ts
  module_src_manifestState_test_ts --> module_src_index_ts
  module_src_manifestState_test_ts --> module_src_manifestState_ts
  module_src_manifestState_ts --> module_src_index_ts
  module_src_manifestSync_test_ts --> module_src_index_ts
  module_src_manifestSync_test_ts --> module_src_manifestSync_ts
  module_src_manifestSync_ts --> module_src_index_ts
-   module_src_modules_dashboard_projectIdentity_test_ts --> module_src_modules_dashboard_projectIdentity_ts
-   module_src_modules_dashboard_projectIdentity_test_ts --> module_src_modules_dashboard_types_ts
-   module_src_modules_dashboard_projectIdentity_ts --> module_src_modules_dashboard_types_ts
-   module_src_modules_dashboard_search_ts --> module_src_modules_dashboard_types_ts
  module_src_projectAuthApi_test_ts --> module_src_projectAuthApi_ts
  module_src_projectAuthApi_ts --> module_src_projectAuthHealth_ts
  module_src_projectAuthApi_ts --> module_src_secretResponseGuard_ts
  module_src_projectAuthHealth_test_ts --> module_src_projectAuthHealth_ts
  module_src_projectAuthHealth_ts --> module_src_authSettings_ts
+   module_src_projectIdentity_test_ts --> module_src_projectIdentity_ts
+   module_src_projectIdentity_test_ts --> module_src_projectWorkspaceContracts_ts
+   module_src_projectIdentity_ts --> module_src_projectWorkspaceContracts_ts
  module_src_projectSecretApi_test_ts --> module_src_projectSecretApi_ts
  module_src_projectSecretApi_ts --> module_src_projectSecretUsage_ts
  module_src_projectSecretApi_ts --> module_src_secretResponseGuard_ts
  module_src_projectSecretUsage_test_ts --> module_src_projectSecretUsage_ts
  module_src_routeUtils_public_test_ts --> module_src_routeUtils_ts
  module_src_routeUtils_test_ts --> module_src_routeUtils_ts
  module_src_runtime_previewRuntimeConfig_ts --> module_src_runtime_actionSuppression_ts
  module_src_runtime_previewRuntimeConfig_ts --> module_src_runtime_previewRegistry_ts
  module_src_runtime_registry_tsx --> module_src_runtime_appExtensionRegistry_ts
  module_src_runtime_useRuntimeAction_ts --> module_src_runtime_runtimeActions_ts
  module_src_runtimeDiagnosticsModel_test_ts --> module_src_runtimeDiagnosticsModel_ts
  module_src_runtimeLocalization_public_test_ts --> module_src_runtimeLocalization_ts
  module_src_runtimeLocalization_test_ts --> module_src_runtimeLocalization_ts
  module_src_secretResponseGuard_test_ts --> module_src_secretResponseGuard_ts
  module_src_studioAdminRouteModel_test_ts --> module_src_studioAdminRouteModel_ts
  module_src_studioAdminRouteModel_ts --> module_src_index_ts
  module_src_studioSelectionModel_knip_test_ts --> module_src_studioSelectionModel_ts
  module_src_studioSelectionModel_test_ts --> module_src_studioSelectionModel_ts
  module_src_ui_admin_AnkhAdminPage_tsx --> module_src_core_StudioContext_ts
  module_src_ui_admin_AnkhAdminPage_tsx --> module_src_index_ts
  module_src_ui_admin_AnkhAdminPage_tsx --> module_src_studioAdminRouteModel_ts
  module_src_ui_admin_AnkhAdminPage_tsx --> module_src_ui_admin_pages_ApisAdminPage_tsx
  module_src_ui_admin_AnkhAdminPage_tsx --> module_src_ui_admin_pages_AuthAdminPage_tsx
  module_src_ui_admin_AnkhAdminPage_tsx --> module_src_ui_admin_pages_OverviewAdminPage_tsx
  module_src_ui_admin_AnkhAdminPage_tsx --> module_src_ui_admin_pages_PropertiesAdminPage_tsx
  module_src_ui_admin_AnkhAdminPage_tsx --> module_src_ui_admin_pages_SecretsAdminPage_tsx
  module_src_ui_admin_AnkhAdminPage_tsx --> module_src_ui_admin_pages_ThemeAdminPage_tsx
  module_src_ui_admin_AnkhAdminShell_tsx --> module_src_core_StudioContext_ts
  module_src_ui_admin_AnkhAdminShell_tsx --> module_src_index_ts
  module_src_ui_admin_AnkhAdminShell_tsx --> module_src_studioAdminRouteModel_ts
  module_src_ui_admin_AuthAdminSession_tsx --> module_src_ui_admin_pages_adminAuthCredentialFlow_ts
  module_src_ui_admin_AuthAdminSession_tsx --> module_src_ui_admin_pages_adminAuthSessionModel_ts
  module_src_ui_admin_pages_adminAuthCredentialFlow_test_ts --> module_src_authSettings_ts
  module_src_ui_admin_pages_adminAuthCredentialFlow_test_ts --> module_src_ui_admin_pages_adminAuthCredentialFlow_ts
  module_src_ui_admin_pages_adminAuthCredentialFlow_ts --> module_src_authSettings_ts
  module_src_ui_admin_pages_adminAuthHealthFlow_test_ts --> module_src_projectAuthHealth_ts
  module_src_ui_admin_pages_adminAuthHealthFlow_test_ts --> module_src_ui_admin_pages_adminAuthHealthFlow_ts
  module_src_ui_admin_pages_adminAuthHealthFlow_ts --> module_src_projectAuthHealth_ts
  module_src_ui_admin_pages_adminAuthSessionModel_test_ts --> module_src_authSettings_ts
  module_src_ui_admin_pages_adminAuthSessionModel_test_ts --> module_src_ui_admin_pages_adminAuthCredentialFlow_ts
  module_src_ui_admin_pages_adminAuthSessionModel_test_ts --> module_src_ui_admin_pages_adminAuthSessionModel_ts
  module_src_ui_admin_pages_adminAuthSessionModel_ts --> module_src_authSettings_ts
  module_src_ui_admin_pages_adminAuthSessionModel_ts --> module_src_ui_admin_pages_adminAuthCredentialFlow_ts
  module_src_ui_admin_pages_adminDataSourceOperations_ts --> module_src_ui_admin_adminPageUtils_ts
  module_src_ui_admin_pages_adminThemeModel_test_ts --> module_src_ui_admin_pages_adminThemeModel_ts
  module_src_ui_admin_pages_adminThemeModel_ts --> module_src_index_ts
  module_src_ui_admin_pages_ApisAdminPage_test_ts --> module_src_ui_admin_pages_adminDataSourceOperations_ts
  module_src_ui_admin_pages_ApisAdminPage_tsx --> module_src_core_StudioContext_ts
  module_src_ui_admin_pages_ApisAdminPage_tsx --> module_src_index_ts
  module_src_ui_admin_pages_ApisAdminPage_tsx --> module_src_ui_admin_adminPagePrimitives_tsx
  module_src_ui_admin_pages_ApisAdminPage_tsx --> module_src_ui_admin_adminPageUtils_ts
  module_src_ui_admin_pages_ApisAdminPage_tsx --> module_src_ui_admin_pages_adminDataSourceOperations_ts
  module_src_ui_admin_pages_AuthAdminPage_tsx --> module_src_authSettings_ts
  module_src_ui_admin_pages_AuthAdminPage_tsx --> module_src_core_StudioContext_ts
  module_src_ui_admin_pages_AuthAdminPage_tsx --> module_src_index_ts
  module_src_ui_admin_pages_AuthAdminPage_tsx --> module_src_projectAuthApi_ts
  module_src_ui_admin_pages_AuthAdminPage_tsx --> module_src_projectAuthHealth_ts
  module_src_ui_admin_pages_AuthAdminPage_tsx --> module_src_projectSecretApi_ts
  module_src_ui_admin_pages_AuthAdminPage_tsx --> module_src_ui_admin_AuthAdminSession_tsx
  module_src_ui_admin_pages_AuthAdminPage_tsx --> module_src_ui_admin_pages_adminAuthCredentialFlow_ts
  module_src_ui_admin_pages_AuthAdminPage_tsx --> module_src_ui_admin_pages_adminAuthHealthFlow_ts
  module_src_ui_admin_pages_AuthAdminPage_tsx --> module_src_ui_admin_pages_adminAuthSessionModel_ts
  module_src_ui_admin_pages_OverviewAdminPage_tsx --> module_src_core_StudioContext_ts
  module_src_ui_admin_pages_OverviewAdminPage_tsx --> module_src_ui_admin_adminPagePrimitives_tsx
  module_src_ui_admin_pages_PropertiesAdminPage_tsx --> module_src_core_StudioContext_ts
  module_src_ui_admin_pages_PropertiesAdminPage_tsx --> module_src_manifestState_ts
  module_src_ui_admin_pages_PropertiesAdminPage_tsx --> module_src_ui_admin_adminPagePrimitives_tsx
  module_src_ui_admin_pages_PropertiesAdminPage_tsx --> module_src_ui_admin_adminPageUtils_ts
  module_src_ui_admin_pages_SecretsAdminPage_tsx --> module_src_projectSecretApi_ts
  module_src_ui_admin_pages_SecretsAdminPage_tsx --> module_src_projectSecretUsage_ts
  module_src_ui_admin_pages_SecretsAdminPage_tsx --> module_src_ui_admin_AuthAdminSession_tsx
  module_src_ui_admin_pages_SecretsAdminPage_tsx --> module_src_ui_admin_pages_adminAuthSessionModel_ts
  module_src_ui_admin_pages_ThemeAdminPage_test_ts --> module_src_ui_admin_pages_adminThemeHarmony_ts
  module_src_ui_admin_pages_ThemeAdminPage_tsx --> module_src_core_StudioContext_ts
  module_src_ui_admin_pages_ThemeAdminPage_tsx --> module_src_index_ts
  module_src_ui_admin_pages_ThemeAdminPage_tsx --> module_src_ui_admin_adminPagePrimitives_tsx
  module_src_ui_admin_pages_ThemeAdminPage_tsx --> module_src_ui_admin_pages_adminThemeHarmony_ts
  module_src_ui_admin_pages_ThemeAdminPage_tsx --> module_src_ui_admin_pages_adminThemeModel_ts
  module_src_ui_AnkhStudio_ts --> module_src_core_StudioContext_ts
  module_src_ui_useStudioAppBarAugmentation_ts --> module_src_core_StudioContext_ts
  module_src_ui_useStudioAppBarAugmentation_ts --> module_src_studioAdminRouteModel_ts
  module_src_utils_treeUtils_ts --> module_src_index_ts
+   module_src_workspaceSearch_ts --> module_src_projectWorkspaceContracts_ts
+   module_src_workspaceSearch_ts --> module_src_templateCatalogContracts_ts
